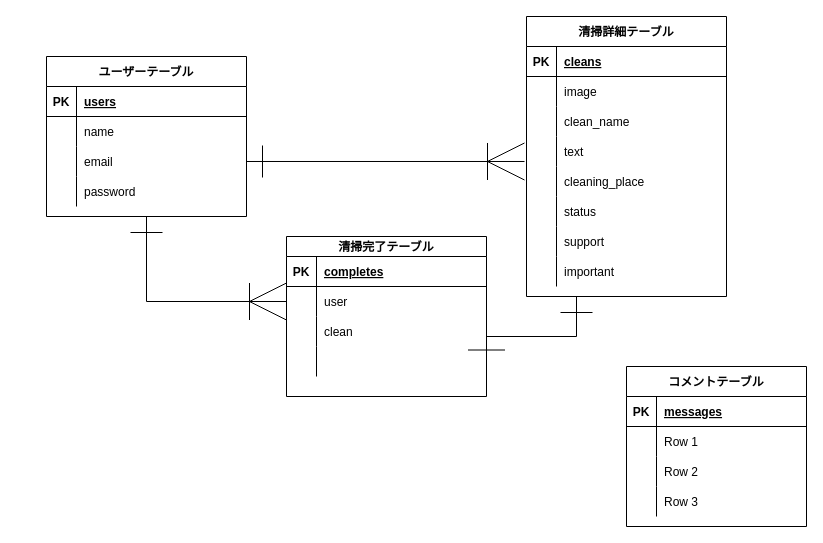
Earlier version of the draw.io diagram cleanliness_me.dio (tsunbow/cleanliness-me). Source tidied: cells renumbered, new cells numbered last; positions are measured from the earlier drawing's top-left corner, leaving out a move shared by most shapes. Both pictures are drawn from the tidied source at 100%, with x=0, y=0 at pixel (46, 16).
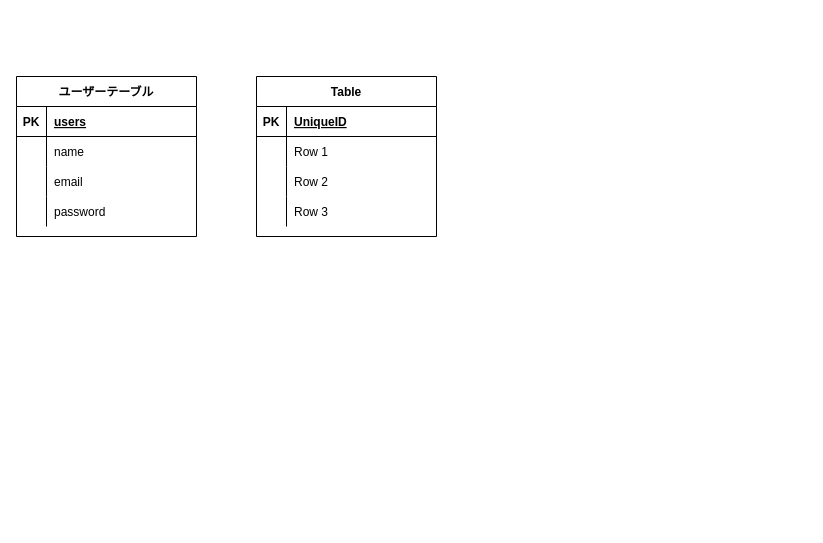
After the change.

Change to the diagram source:
```diff
@@
-    <mxCell id="2" style="edgeStyle=orthogonalEdgeStyle;rounded=0;jettySize=auto;html=1;exitX=0.5;exitY=1;exitDx=0;exitDy=0;entryX=0;entryY=0.5;entryDx=0;entryDy=0;startArrow=ERone;startFill=0;startSize=30;endArrow=ERoneToMany;endFill=0;endSize=35;" parent="1" edge="1" source="3" target="59">
-      <mxGeometry relative="1" as="geometry" />
-    </mxCell>
     <mxCell id="3" value="ユーザーテーブル" style="shape=table;startSize=30;childLayout=tableLayout;rowLines=0;fontStyle=1;align=center;" parent="1" vertex="1">
-      <mxGeometry y="40" width="200" height="160" as="geometry" />
+      <mxGeometry x="-30" y="60" width="180" height="160" as="geometry" />
     </mxCell>
     <mxCell id="4" style="shape=partialRectangle;fillColor=none;top=0;left=0;bottom=1;right=0;" parent="3" vertex="1">
-      <mxGeometry y="30" width="200" height="30" as="geometry" />
+      <mxGeometry y="30" width="180" height="30" as="geometry" />
     </mxCell>
@@
     <mxCell id="6" value="users" style="shape=partialRectangle;fillColor=none;top=0;left=0;bottom=0;right=0;align=left;spacingLeft=6;fontStyle=5;overflow=hidden;" parent="4" vertex="1">
-      <mxGeometry x="30" width="170" height="30" as="geometry" />
+      <mxGeometry x="30" width="150" height="30" as="geometry" />
     </mxCell>
     <mxCell id="7" style="shape=partialRectangle;fillColor=none;top=0;left=0;bottom=0;right=0;" parent="3" vertex="1">
-      <mxGeometry y="60" width="200" height="30" as="geometry" />
+      <mxGeometry y="60" width="180" height="30" as="geometry" />
     </mxCell>
@@
     <mxCell id="9" value="name" style="shape=partialRectangle;fillColor=none;top=0;left=0;bottom=0;right=0;align=left;spacingLeft=6;overflow=hidden;" parent="7" vertex="1">
-      <mxGeometry x="30" width="170" height="30" as="geometry" />
+      <mxGeometry x="30" width="150" height="30" as="geometry" />
     </mxCell>
     <mxCell id="10" style="shape=partialRectangle;fillColor=none;top=0;left=0;bottom=0;right=0;points=[[0,0.5],[1,0.5]];portConstraint=eastwest;" parent="3" vertex="1">
-      <mxGeometry y="90" width="200" height="30" as="geometry" />
+      <mxGeometry y="90" width="180" height="30" as="geometry" />
     </mxCell>
@@
     <mxCell id="12" value="email" style="shape=partialRectangle;fillColor=none;top=0;left=0;bottom=0;right=0;align=left;spacingLeft=6;overflow=hidden;" parent="10" vertex="1">
-      <mxGeometry x="30" width="170" height="30" as="geometry" />
+      <mxGeometry x="30" width="150" height="30" as="geometry" />
     </mxCell>
     <mxCell id="13" style="shape=partialRectangle;fillColor=none;top=0;left=0;bottom=0;right=0;" parent="3" vertex="1">
-      <mxGeometry y="120" width="200" height="30" as="geometry" />
+      <mxGeometry y="120" width="180" height="30" as="geometry" />
     </mxCell>
@@
     <mxCell id="15" value="password" style="shape=partialRectangle;fillColor=none;top=0;left=0;bottom=0;right=0;align=left;spacingLeft=6;overflow=hidden;" parent="13" vertex="1">
-      <mxGeometry x="30" width="170" height="30" as="geometry" />
+      <mxGeometry x="30" width="150" height="30" as="geometry" />
     </mxCell>
-    <mxCell id="16" style="edgeStyle=orthogonalEdgeStyle;rounded=0;jettySize=auto;html=1;exitX=0.25;exitY=1;exitDx=0;exitDy=0;entryX=1;entryY=0.5;entryDx=0;entryDy=0;startArrow=ERone;startFill=0;startSize=30;endArrow=ERone;endFill=0;endSize=35;" parent="1" edge="1" source="17" target="62">
-      <mxGeometry relative="1" as="geometry" />
-    </mxCell>
-    <mxCell id="17" value="清掃詳細テーブル" style="shape=table;startSize=30;childLayout=tableLayout;rowLines=0;fontStyle=1;align=center;" parent="1" vertex="1">
-      <mxGeometry x="480" width="200" height="280" as="geometry" />
+    <mxCell id="17" value="Table" style="shape=table;startSize=30;childLayout=tableLayout;rowLines=0;fontStyle=1;align=center;" parent="1" vertex="1">
+      <mxGeometry x="210" y="60" width="180" height="160" as="geometry" />
     </mxCell>
     <mxCell id="18" style="shape=partialRectangle;fillColor=none;top=0;left=0;bottom=1;right=0;" parent="17" vertex="1">
-      <mxGeometry y="30" width="200" height="30" as="geometry" />
+      <mxGeometry y="30" width="180" height="30" as="geometry" />
     </mxCell>
@@
-    <mxCell id="20" value="cleans" style="shape=partialRectangle;fillColor=none;top=0;left=0;bottom=0;right=0;align=left;spacingLeft=6;fontStyle=5;overflow=hidden;" parent="18" vertex="1">
-      <mxGeometry x="30" width="170" height="30" as="geometry" />
+    <mxCell id="20" value="UniqueID" style="shape=partialRectangle;fillColor=none;top=0;left=0;bottom=0;right=0;align=left;spacingLeft=6;fontStyle=5;overflow=hidden;" parent="18" vertex="1">
+      <mxGeometry x="30" width="150" height="30" as="geometry" />
     </mxCell>
     <mxCell id="21" style="shape=partialRectangle;fillColor=none;top=0;left=0;bottom=0;right=0;" parent="17" vertex="1">
-      <mxGeometry y="60" width="200" height="30" as="geometry" />
+      <mxGeometry y="60" width="180" height="30" as="geometry" />
     </mxCell>
@@
-    <mxCell id="23" value="image" style="shape=partialRectangle;fillColor=none;top=0;left=0;bottom=0;right=0;align=left;spacingLeft=6;overflow=hidden;" parent="21" vertex="1">
-      <mxGeometry x="30" width="170" height="30" as="geometry" />
+    <mxCell id="23" value="Row 1" style="shape=partialRectangle;fillColor=none;top=0;left=0;bottom=0;right=0;align=left;spacingLeft=6;overflow=hidden;" parent="21" vertex="1">
+      <mxGeometry x="30" width="150" height="30" as="geometry" />
     </mxCell>
     <mxCell id="24" style="shape=partialRectangle;fillColor=none;top=0;left=0;bottom=0;right=0;" parent="17" vertex="1">
-      <mxGeometry y="90" width="200" height="30" as="geometry" />
+      <mxGeometry y="90" width="180" height="30" as="geometry" />
     </mxCell>
@@
-    <mxCell id="26" value="clean_name" style="shape=partialRectangle;fillColor=none;top=0;left=0;bottom=0;right=0;align=left;spacingLeft=6;overflow=hidden;" parent="24" vertex="1">
-      <mxGeometry x="30" width="170" height="30" as="geometry" />
+    <mxCell id="26" value="Row 2" style="shape=partialRectangle;fillColor=none;top=0;left=0;bottom=0;right=0;align=left;spacingLeft=6;overflow=hidden;" parent="24" vertex="1">
+      <mxGeometry x="30" width="150" height="30" as="geometry" />
     </mxCell>
-    <mxCell id="27" style="shape=partialRectangle;fillColor=none;top=0;left=0;bottom=0;right=0;points=[[0,0.5],[1,0.5]];portConstraint=eastwest;" parent="17" vertex="1">
-      <mxGeometry y="120" width="200" height="30" as="geometry" />
-    </mxCell>
-    <mxCell id="28" style="shape=partialRectangle;fillColor=none;top=0;left=0;bottom=0;right=0;overflow=hidden;" parent="27" vertex="1">
-      <mxGeometry width="30" height="30" as="geometry" />
-    </mxCell>
-    <mxCell id="29" value="text" style="shape=partialRectangle;fillColor=none;top=0;left=0;bottom=0;right=0;align=left;spacingLeft=6;overflow=hidden;" parent="27" vertex="1">
-      <mxGeometry x="30" width="170" height="30" as="geometry" />
-    </mxCell>
-    <mxCell id="30" style="shape=partialRectangle;fillColor=none;top=0;left=0;bottom=0;right=0;" parent="17" vertex="1">
-      <mxGeometry y="150" width="200" height="30" as="geometry" />
-    </mxCell>
-    <mxCell id="31" style="shape=partialRectangle;fillColor=none;top=0;left=0;bottom=0;right=0;overflow=hidden;" parent="30" vertex="1">
-      <mxGeometry width="30" height="30" as="geometry" />
-    </mxCell>
-    <mxCell id="32" value="cleaning_place" style="shape=partialRectangle;fillColor=none;top=0;left=0;bottom=0;right=0;align=left;spacingLeft=6;overflow=hidden;" parent="30" vertex="1">
-      <mxGeometry x="30" width="170" height="30" as="geometry" />
-    </mxCell>
     <mxCell id="33" style="shape=partialRectangle;fillColor=none;top=0;left=0;bottom=0;right=0;" parent="17" vertex="1">
-      <mxGeometry y="180" width="200" height="30" as="geometry" />
+      <mxGeometry y="120" width="180" height="30" as="geometry" />
     </mxCell>
@@
-    <mxCell id="35" value="status" style="shape=partialRectangle;fillColor=none;top=0;left=0;bottom=0;right=0;align=left;spacingLeft=6;overflow=hidden;" parent="33" vertex="1">
-      <mxGeometry x="30" width="170" height="30" as="geometry" />
+    <mxCell id="35" value="Row 3" style="shape=partialRectangle;fillColor=none;top=0;left=0;bottom=0;right=0;align=left;spacingLeft=6;overflow=hidden;" parent="33" vertex="1">
+      <mxGeometry x="30" width="150" height="30" as="geometry" />
     </mxCell>
-    <mxCell id="36" style="shape=partialRectangle;fillColor=none;top=0;left=0;bottom=0;right=0;" parent="17" vertex="1">
-      <mxGeometry y="210" width="200" height="30" as="geometry" />
-    </mxCell>
-    <mxCell id="37" style="shape=partialRectangle;fillColor=none;top=0;left=0;bottom=0;right=0;overflow=hidden;" parent="36" vertex="1">
-      <mxGeometry width="30" height="30" as="geometry" />
-    </mxCell>
-    <mxCell id="38" value="support" style="shape=partialRectangle;fillColor=none;top=0;left=0;bottom=0;right=0;align=left;spacingLeft=6;overflow=hidden;" parent="36" vertex="1">
-      <mxGeometry x="30" width="170" height="30" as="geometry" />
-    </mxCell>
-    <mxCell id="39" style="shape=partialRectangle;fillColor=none;top=0;left=0;bottom=0;right=0;" parent="17" vertex="1">
-      <mxGeometry y="240" width="200" height="30" as="geometry" />
-    </mxCell>
-    <mxCell id="40" style="shape=partialRectangle;fillColor=none;top=0;left=0;bottom=0;right=0;overflow=hidden;" parent="39" vertex="1">
-      <mxGeometry width="30" height="30" as="geometry" />
-    </mxCell>
-    <mxCell id="41" value="important" style="shape=partialRectangle;fillColor=none;top=0;left=0;bottom=0;right=0;align=left;spacingLeft=6;overflow=hidden;" parent="39" vertex="1">
-      <mxGeometry x="30" width="170" height="30" as="geometry" />
-    </mxCell>
-    <mxCell id="42" value="コメントテーブル" style="shape=table;startSize=30;childLayout=tableLayout;rowLines=0;fontStyle=1;align=center;" parent="1" vertex="1">
-      <mxGeometry x="580" y="350" width="180" height="160" as="geometry" />
-    </mxCell>
-    <mxCell id="43" style="shape=partialRectangle;fillColor=none;top=0;left=0;bottom=1;right=0;" parent="42" vertex="1">
-      <mxGeometry y="30" width="180" height="30" as="geometry" />
-    </mxCell>
-    <mxCell id="44" value="PK" style="shape=partialRectangle;fillColor=none;top=0;left=0;bottom=0;right=0;fontStyle=1;overflow=hidden;" parent="43" vertex="1">
-      <mxGeometry width="30" height="30" as="geometry" />
-    </mxCell>
-    <mxCell id="45" value="messages" style="shape=partialRectangle;fillColor=none;top=0;left=0;bottom=0;right=0;align=left;spacingLeft=6;fontStyle=5;overflow=hidden;" parent="43" vertex="1">
-      <mxGeometry x="30" width="150" height="30" as="geometry" />
-    </mxCell>
-    <mxCell id="46" style="shape=partialRectangle;fillColor=none;top=0;left=0;bottom=0;right=0;" parent="42" vertex="1">
-      <mxGeometry y="60" width="180" height="30" as="geometry" />
-    </mxCell>
-    <mxCell id="47" style="shape=partialRectangle;fillColor=none;top=0;left=0;bottom=0;right=0;overflow=hidden;" parent="46" vertex="1">
-      <mxGeometry width="30" height="30" as="geometry" />
-    </mxCell>
-    <mxCell id="48" value="Row 1" style="shape=partialRectangle;fillColor=none;top=0;left=0;bottom=0;right=0;align=left;spacingLeft=6;overflow=hidden;" parent="46" vertex="1">
-      <mxGeometry x="30" width="150" height="30" as="geometry" />
-    </mxCell>
-    <mxCell id="49" style="shape=partialRectangle;fillColor=none;top=0;left=0;bottom=0;right=0;" parent="42" vertex="1">
-      <mxGeometry y="90" width="180" height="30" as="geometry" />
-    </mxCell>
-    <mxCell id="50" style="shape=partialRectangle;fillColor=none;top=0;left=0;bottom=0;right=0;overflow=hidden;" parent="49" vertex="1">
-      <mxGeometry width="30" height="30" as="geometry" />
-    </mxCell>
-    <mxCell id="51" value="Row 2" style="shape=partialRectangle;fillColor=none;top=0;left=0;bottom=0;right=0;align=left;spacingLeft=6;overflow=hidden;" parent="49" vertex="1">
-      <mxGeometry x="30" width="150" height="30" as="geometry" />
-    </mxCell>
-    <mxCell id="52" style="shape=partialRectangle;fillColor=none;top=0;left=0;bottom=0;right=0;" parent="42" vertex="1">
-      <mxGeometry y="120" width="180" height="30" as="geometry" />
-    </mxCell>
-    <mxCell id="53" style="shape=partialRectangle;fillColor=none;top=0;left=0;bottom=0;right=0;overflow=hidden;" parent="52" vertex="1">
-      <mxGeometry width="30" height="30" as="geometry" />
-    </mxCell>
-    <mxCell id="54" value="Row 3" style="shape=partialRectangle;fillColor=none;top=0;left=0;bottom=0;right=0;align=left;spacingLeft=6;overflow=hidden;" parent="52" vertex="1">
-      <mxGeometry x="30" width="150" height="30" as="geometry" />
-    </mxCell>
-    <mxCell id="55" value="清掃完了テーブル" style="shape=table;startSize=20;childLayout=tableLayout;rowLines=0;fontStyle=1;align=center;" parent="1" vertex="1">
-      <mxGeometry x="240" y="220" width="200" height="160" as="geometry" />
-    </mxCell>
-    <mxCell id="56" style="shape=partialRectangle;fillColor=none;top=0;left=0;bottom=1;right=0;" parent="55" vertex="1">
-      <mxGeometry y="20" width="200" height="30" as="geometry" />
-    </mxCell>
-    <mxCell id="57" value="PK" style="shape=partialRectangle;fillColor=none;top=0;left=0;bottom=0;right=0;fontStyle=1;overflow=hidden;" parent="56" vertex="1">
-      <mxGeometry width="30" height="30" as="geometry" />
-    </mxCell>
-    <mxCell id="58" value="completes" style="shape=partialRectangle;fillColor=none;top=0;left=0;bottom=0;right=0;align=left;spacingLeft=6;fontStyle=5;overflow=hidden;" parent="56" vertex="1">
-      <mxGeometry x="30" width="170" height="30" as="geometry" />
-    </mxCell>
-    <mxCell id="59" style="shape=partialRectangle;fillColor=none;top=0;left=0;bottom=0;right=0;points=[[0,0.5],[1,0.5]];portConstraint=eastwest;" parent="55" vertex="1">
-      <mxGeometry y="50" width="200" height="30" as="geometry" />
-    </mxCell>
-    <mxCell id="60" style="shape=partialRectangle;fillColor=none;top=0;left=0;bottom=0;right=0;overflow=hidden;" parent="59" vertex="1">
-      <mxGeometry width="30" height="30" as="geometry" />
-    </mxCell>
-    <mxCell id="61" value="user" style="shape=partialRectangle;fillColor=none;top=0;left=0;bottom=0;right=0;align=left;spacingLeft=6;overflow=hidden;" parent="59" vertex="1">
-      <mxGeometry x="30" width="170" height="30" as="geometry" />
-    </mxCell>
-    <mxCell id="62" style="shape=partialRectangle;fillColor=none;top=0;left=0;bottom=0;right=0;points=[[0,0.5],[1,0.5]];portConstraint=eastwest;" parent="55" vertex="1">
-      <mxGeometry y="80" width="200" height="30" as="geometry" />
-    </mxCell>
-    <mxCell id="63" style="shape=partialRectangle;fillColor=none;top=0;left=0;bottom=0;right=0;overflow=hidden;" parent="62" vertex="1">
-      <mxGeometry width="30" height="30" as="geometry" />
-    </mxCell>
-    <mxCell id="64" value="clean" style="shape=partialRectangle;fillColor=none;top=0;left=0;bottom=0;right=0;align=left;spacingLeft=6;overflow=hidden;" parent="62" vertex="1">
-      <mxGeometry x="30" width="170" height="30" as="geometry" />
-    </mxCell>
-    <mxCell id="65" style="shape=partialRectangle;fillColor=none;top=0;left=0;bottom=0;right=0;" parent="55" vertex="1">
-      <mxGeometry y="110" width="200" height="30" as="geometry" />
-    </mxCell>
-    <mxCell id="66" style="shape=partialRectangle;fillColor=none;top=0;left=0;bottom=0;right=0;overflow=hidden;" parent="65" vertex="1">
-      <mxGeometry width="30" height="30" as="geometry" />
-    </mxCell>
-    <mxCell id="67" style="shape=partialRectangle;fillColor=none;top=0;left=0;bottom=0;right=0;align=left;spacingLeft=6;overflow=hidden;" parent="65" vertex="1">
-      <mxGeometry x="30" width="170" height="30" as="geometry" />
-    </mxCell>
-    <mxCell id="68" style="edgeStyle=orthogonalEdgeStyle;rounded=0;jettySize=auto;html=1;exitX=1;exitY=0.5;exitDx=0;exitDy=0;entryX=-0.01;entryY=0.833;entryDx=0;entryDy=0;entryPerimeter=0;endArrow=ERoneToMany;endFill=0;endSize=35;startArrow=ERone;startFill=0;startSize=30;" parent="1" edge="1" source="10" target="27">
-      <mxGeometry relative="1" as="geometry" />
-    </mxCell>
```
